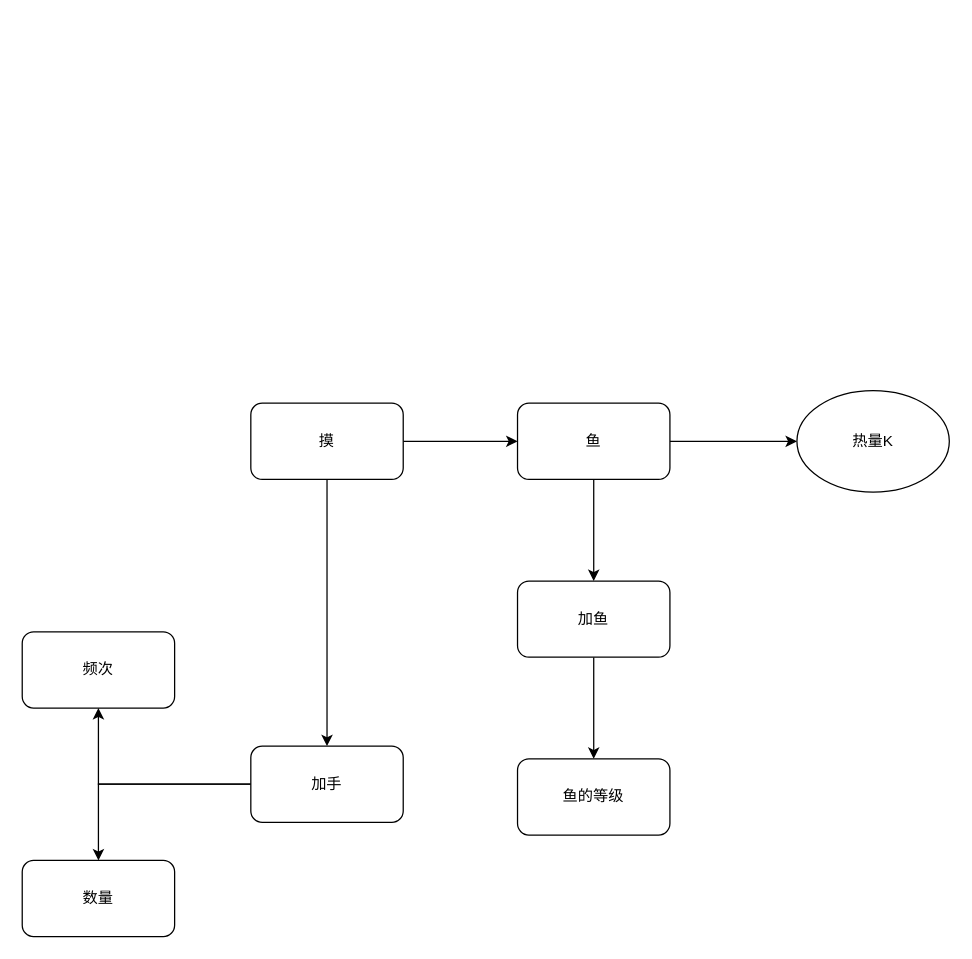
The draw.io diagram 未命名绘图.drawio in engimaxp/LearnGit, before the edit. Source tidied: cells renumbered, new cells numbered last; positions are measured from the earlier drawing's top-left corner, leaving out a move shared by most shapes. Both pictures are drawn from the tidied source at 127%, with x=0, y=0 at pixel (22, 390).
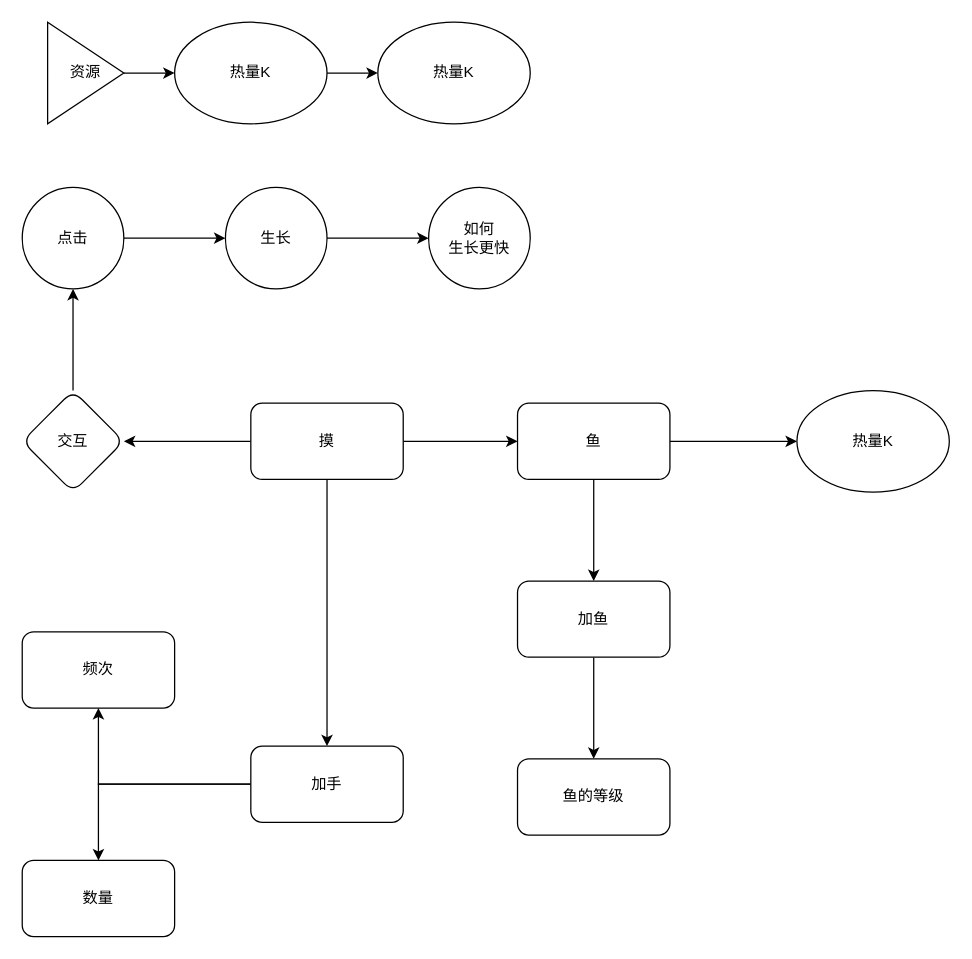
After the change.

Commit message (it also covers changes not shown here):
更新未命名绘图.drawio

Unchanged cells that the change refers to:
```xml
<mxCell id="4" value="摸" style="rounded=1;whiteSpace=wrap;html=1;" parent="1" vertex="1">
  <mxGeometry x="180" y="10" width="120" height="60" as="geometry" />
</mxCell>
```

Change to the diagram source:
```diff
@@
+    <mxCell id="17" style="edgeStyle=orthogonalEdgeStyle;rounded=0;jettySize=auto;html=1;" parent="1" edge="1" source="4" target="19">
+      <mxGeometry relative="1" as="geometry" />
+    </mxCell>
@@
+    <mxCell id="18" style="edgeStyle=orthogonalEdgeStyle;rounded=0;jettySize=auto;html=1;" parent="1" edge="1" source="19" target="21">
+      <mxGeometry relative="1" as="geometry" />
+    </mxCell>
+    <mxCell id="19" value="交互" style="rhombus;whiteSpace=wrap;html=1;rounded=1;" parent="1" vertex="1">
+      <mxGeometry width="80" height="80" as="geometry" />
+    </mxCell>
+    <mxCell id="20" style="edgeStyle=orthogonalEdgeStyle;rounded=0;jettySize=auto;html=1;" parent="1" edge="1" source="21" target="23">
+      <mxGeometry relative="1" as="geometry" />
+    </mxCell>
+    <mxCell id="21" value="点击" style="ellipse;whiteSpace=wrap;html=1;rounded=1;" parent="1" vertex="1">
+      <mxGeometry y="-160" width="80" height="80" as="geometry" />
+    </mxCell>
+    <mxCell id="22" style="edgeStyle=orthogonalEdgeStyle;rounded=0;jettySize=auto;html=1;" parent="1" edge="1" source="23" target="24">
+      <mxGeometry relative="1" as="geometry" />
+    </mxCell>
+    <mxCell id="23" value="生长" style="ellipse;whiteSpace=wrap;html=1;rounded=1;" parent="1" vertex="1">
+      <mxGeometry x="160" y="-160" width="80" height="80" as="geometry" />
+    </mxCell>
+    <mxCell id="24" value="如何&lt;div&gt;生长更快&lt;/div&gt;" style="ellipse;whiteSpace=wrap;html=1;rounded=1;" parent="1" vertex="1">
+      <mxGeometry x="320" y="-160" width="80" height="80" as="geometry" />
+    </mxCell>
+    <mxCell id="25" style="edgeStyle=orthogonalEdgeStyle;rounded=0;jettySize=auto;html=1;" parent="1" edge="1" source="26" target="28">
+      <mxGeometry relative="1" as="geometry" />
+    </mxCell>
+    <mxCell id="26" value="资源" style="triangle;whiteSpace=wrap;html=1;" parent="1" vertex="1">
+      <mxGeometry x="20" y="-290" width="60" height="80" as="geometry" />
+    </mxCell>
+    <mxCell id="27" style="edgeStyle=orthogonalEdgeStyle;rounded=0;jettySize=auto;html=1;" parent="1" edge="1" source="28" target="29">
+      <mxGeometry relative="1" as="geometry" />
+    </mxCell>
+    <mxCell id="28" value="热量K" style="ellipse;whiteSpace=wrap;html=1;" parent="1" vertex="1">
+      <mxGeometry x="120" y="-290" width="120" height="80" as="geometry" />
+    </mxCell>
+    <mxCell id="29" value="热量K" style="ellipse;whiteSpace=wrap;html=1;" parent="1" vertex="1">
+      <mxGeometry x="280" y="-290" width="120" height="80" as="geometry" />
+    </mxCell>
```
